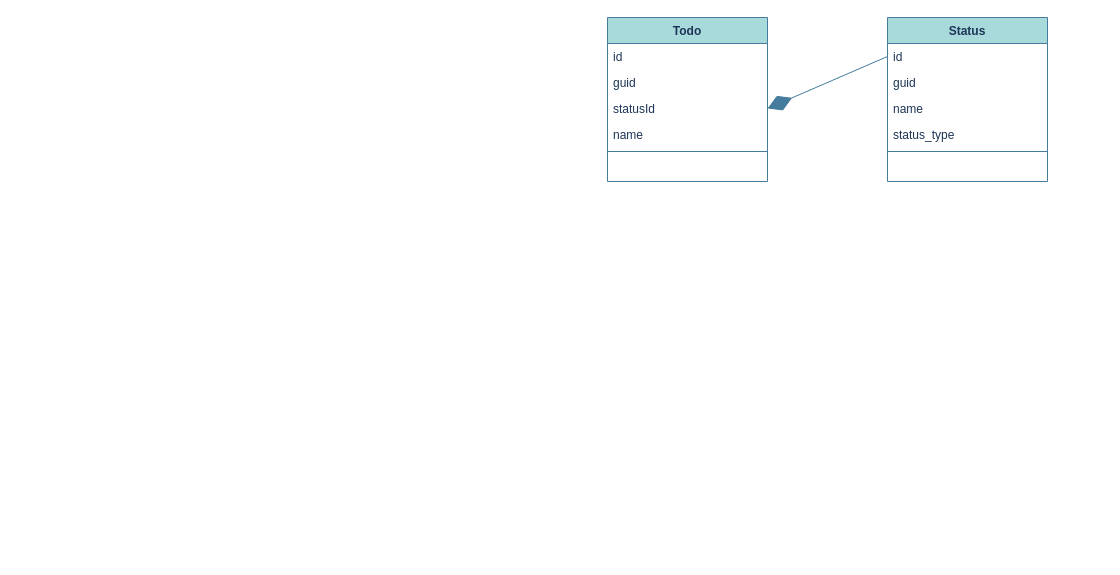
This is src/YatodoModel.drawio from jamesclair/yatodo, a draw.io file, before an edit. Source tidied: cells renumbered, new cells numbered last; positions are measured from the earlier drawing's top-left corner, leaving out a move shared by most shapes. Both pictures are drawn from the tidied source at 100%, with x=0, y=0 at pixel (607, 17).
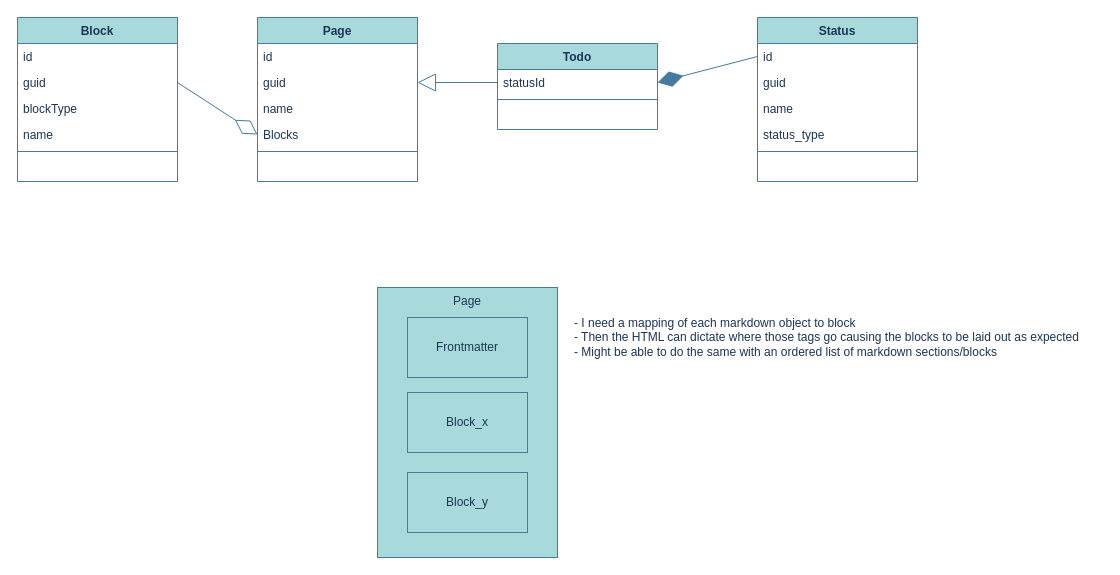
After the change.

The edit, as a diff of the source:
```diff
@@
     <mxCell id="2" value="Todo" style="swimlane;fontStyle=1;align=center;verticalAlign=top;horizontal=1;startSize=26;whiteSpace=wrap;html=1;labelBackgroundColor=none;fillColor=#A8DADC;strokeColor=#457B9D;fontColor=#1D3557;" parent="1" vertex="1">
-      <mxGeometry width="160" height="164" as="geometry" />
+      <mxGeometry x="-110" y="26" width="160" height="86" as="geometry" />
     </mxCell>
-    <mxCell id="3" value="id" style="text;strokeColor=none;fillColor=none;align=left;verticalAlign=top;spacingLeft=4;spacingRight=4;overflow=hidden;whiteSpace=wrap;html=1;labelBackgroundColor=none;fontColor=#1D3557;" parent="2" vertex="1">
-      <mxGeometry y="26" width="160" height="26" as="geometry" />
-    </mxCell>
-    <mxCell id="4" value="guid" style="text;strokeColor=none;fillColor=none;align=left;verticalAlign=top;spacingLeft=4;spacingRight=4;overflow=hidden;whiteSpace=wrap;html=1;labelBackgroundColor=none;fontColor=#1D3557;" parent="2" vertex="1">
-      <mxGeometry y="52" width="160" height="26" as="geometry" />
-    </mxCell>
     <mxCell id="5" value="statusId" style="text;strokeColor=none;fillColor=none;align=left;verticalAlign=top;spacingLeft=4;spacingRight=4;overflow=hidden;points=[[0,0.5],[1,0.5]];portConstraint=eastwest;whiteSpace=wrap;html=1;labelBackgroundColor=none;fontColor=#1D3557;" parent="2" vertex="1">
-      <mxGeometry y="78" width="160" height="26" as="geometry" />
+      <mxGeometry y="26" width="160" height="26" as="geometry" />
     </mxCell>
-    <mxCell id="6" value="name" style="text;strokeColor=none;fillColor=none;align=left;verticalAlign=top;spacingLeft=4;spacingRight=4;overflow=hidden;whiteSpace=wrap;html=1;labelBackgroundColor=none;fontColor=#1D3557;" parent="2" vertex="1">
-      <mxGeometry y="104" width="160" height="26" as="geometry" />
-    </mxCell>
     <mxCell id="7" style="line;strokeWidth=1;fillColor=none;align=left;verticalAlign=middle;spacingTop=-1;spacingLeft=3;spacingRight=3;labelPosition=right;strokeColor=#457B9D;labelBackgroundColor=none;fontColor=#1D3557;" parent="2" vertex="1">
-      <mxGeometry y="130" width="160" height="8" as="geometry" />
+      <mxGeometry y="52" width="160" height="8" as="geometry" />
     </mxCell>
     <mxCell id="8" value="&amp;nbsp;" style="text;strokeColor=none;fillColor=none;align=left;verticalAlign=top;spacingLeft=4;spacingRight=4;overflow=hidden;whiteSpace=wrap;html=1;labelBackgroundColor=none;fontColor=#1D3557;" parent="2" vertex="1">
-      <mxGeometry y="138" width="160" height="26" as="geometry" />
+      <mxGeometry y="60" width="160" height="26" as="geometry" />
     </mxCell>
     <mxCell id="9" value="Status" style="swimlane;fontStyle=1;align=center;verticalAlign=top;horizontal=1;startSize=26;whiteSpace=wrap;html=1;labelBackgroundColor=none;fillColor=#A8DADC;strokeColor=#457B9D;fontColor=#1D3557;" parent="1" vertex="1">
-      <mxGeometry x="280" width="160" height="164" as="geometry" />
+      <mxGeometry x="150" width="160" height="164" as="geometry" />
     </mxCell>
@@
+    <mxCell id="17" value="Page" style="swimlane;fontStyle=1;align=center;verticalAlign=top;horizontal=1;startSize=26;whiteSpace=wrap;html=1;labelBackgroundColor=none;fillColor=#A8DADC;strokeColor=#457B9D;fontColor=#1D3557;" parent="1" vertex="1">
+      <mxGeometry x="-350" width="160" height="164" as="geometry" />
+    </mxCell>
+    <mxCell id="18" value="id" style="text;strokeColor=none;fillColor=none;align=left;verticalAlign=top;spacingLeft=4;spacingRight=4;overflow=hidden;whiteSpace=wrap;html=1;labelBackgroundColor=none;fontColor=#1D3557;" parent="17" vertex="1">
+      <mxGeometry y="26" width="160" height="26" as="geometry" />
+    </mxCell>
+    <mxCell id="19" value="guid" style="text;strokeColor=none;fillColor=none;align=left;verticalAlign=top;spacingLeft=4;spacingRight=4;overflow=hidden;points=[[0,0.5],[1,0.5]];portConstraint=eastwest;whiteSpace=wrap;html=1;labelBackgroundColor=none;fontColor=#1D3557;" parent="17" vertex="1">
+      <mxGeometry y="52" width="160" height="26" as="geometry" />
+    </mxCell>
+    <mxCell id="20" value="name" style="text;strokeColor=none;fillColor=none;align=left;verticalAlign=top;spacingLeft=4;spacingRight=4;overflow=hidden;whiteSpace=wrap;html=1;labelBackgroundColor=none;fontColor=#1D3557;" parent="17" vertex="1">
+      <mxGeometry y="78" width="160" height="26" as="geometry" />
+    </mxCell>
+    <mxCell id="21" value="Blocks" style="text;strokeColor=none;fillColor=none;align=left;verticalAlign=top;spacingLeft=4;spacingRight=4;overflow=hidden;points=[[0,0.5],[1,0.5]];portConstraint=eastwest;whiteSpace=wrap;html=1;labelBackgroundColor=none;fontColor=#1D3557;" parent="17" vertex="1">
+      <mxGeometry y="104" width="160" height="26" as="geometry" />
+    </mxCell>
+    <mxCell id="22" style="line;strokeWidth=1;fillColor=none;align=left;verticalAlign=middle;spacingTop=-1;spacingLeft=3;spacingRight=3;labelPosition=right;strokeColor=#457B9D;labelBackgroundColor=none;fontColor=#1D3557;" parent="17" vertex="1">
+      <mxGeometry y="130" width="160" height="8" as="geometry" />
+    </mxCell>
+    <mxCell id="23" value="&amp;nbsp;" style="text;strokeColor=none;fillColor=none;align=left;verticalAlign=top;spacingLeft=4;spacingRight=4;overflow=hidden;whiteSpace=wrap;html=1;labelBackgroundColor=none;fontColor=#1D3557;" parent="17" vertex="1">
+      <mxGeometry y="138" width="160" height="26" as="geometry" />
+    </mxCell>
+    <mxCell id="24" value="Block" style="swimlane;fontStyle=1;align=center;verticalAlign=top;horizontal=1;startSize=26;whiteSpace=wrap;html=1;labelBackgroundColor=none;fillColor=#A8DADC;strokeColor=#457B9D;fontColor=#1D3557;" parent="1" vertex="1">
+      <mxGeometry x="-590" width="160" height="164" as="geometry" />
+    </mxCell>
+    <mxCell id="25" value="id" style="text;strokeColor=none;fillColor=none;align=left;verticalAlign=top;spacingLeft=4;spacingRight=4;overflow=hidden;whiteSpace=wrap;html=1;labelBackgroundColor=none;fontColor=#1D3557;" parent="24" vertex="1">
+      <mxGeometry y="26" width="160" height="26" as="geometry" />
+    </mxCell>
+    <mxCell id="26" value="guid" style="text;strokeColor=none;fillColor=none;align=left;verticalAlign=top;spacingLeft=4;spacingRight=4;overflow=hidden;points=[[0,0.5],[1,0.5]];portConstraint=eastwest;whiteSpace=wrap;html=1;labelBackgroundColor=none;fontColor=#1D3557;" parent="24" vertex="1">
+      <mxGeometry y="52" width="160" height="26" as="geometry" />
+    </mxCell>
+    <mxCell id="27" value="blockType" style="text;strokeColor=none;fillColor=none;align=left;verticalAlign=top;spacingLeft=4;spacingRight=4;overflow=hidden;whiteSpace=wrap;html=1;labelBackgroundColor=none;fontColor=#1D3557;" parent="24" vertex="1">
+      <mxGeometry y="78" width="160" height="26" as="geometry" />
+    </mxCell>
+    <mxCell id="6" value="name" style="text;strokeColor=none;fillColor=none;align=left;verticalAlign=top;spacingLeft=4;spacingRight=4;overflow=hidden;whiteSpace=wrap;html=1;labelBackgroundColor=none;fontColor=#1D3557;" parent="24" vertex="1">
+      <mxGeometry y="104" width="160" height="26" as="geometry" />
+    </mxCell>
+    <mxCell id="28" style="line;strokeWidth=1;fillColor=none;align=left;verticalAlign=middle;spacingTop=-1;spacingLeft=3;spacingRight=3;labelPosition=right;strokeColor=#457B9D;labelBackgroundColor=none;fontColor=#1D3557;" parent="24" vertex="1">
+      <mxGeometry y="130" width="160" height="8" as="geometry" />
+    </mxCell>
+    <mxCell id="29" value="&amp;nbsp;" style="text;strokeColor=none;fillColor=none;align=left;verticalAlign=top;spacingLeft=4;spacingRight=4;overflow=hidden;whiteSpace=wrap;html=1;labelBackgroundColor=none;fontColor=#1D3557;" parent="24" vertex="1">
+      <mxGeometry y="138" width="160" height="26" as="geometry" />
+    </mxCell>
+    <mxCell id="30" value="- I need a mapping of each markdown object to block&lt;br&gt;- Then the HTML can dictate where those tags go causing the blocks to be laid out as expected&lt;br&gt;- Might be able to do the same with an ordered list of markdown sections/blocks" style="text;html=1;align=left;verticalAlign=middle;strokeColor=none;fillColor=none;fontColor=#1D3557;" parent="1" vertex="1">
+      <mxGeometry x="-35" y="290" width="530" height="60" as="geometry" />
+    </mxCell>
+    <mxCell id="31" style="endArrow=diamondThin;endFill=0;endSize=24;html=1;rounded=0;strokeColor=#457B9D;fontColor=#1D3557;fillColor=#A8DADC;exitX=1;exitY=0.5;exitDx=0;exitDy=0;entryX=0;entryY=0.5;entryDx=0;entryDy=0;" parent="1" edge="1" source="26" target="21">
+      <mxGeometry relative="1" as="geometry" />
+    </mxCell>
+    <mxCell id="32" style="endArrow=block;endSize=16;endFill=0;html=1;rounded=0;strokeColor=#457B9D;fontColor=#1D3557;fillColor=#A8DADC;exitX=0;exitY=0.5;exitDx=0;exitDy=0;entryX=1;entryY=0.5;entryDx=0;entryDy=0;" parent="1" edge="1" source="5" target="19">
+      <mxGeometry relative="1" as="geometry" />
+    </mxCell>
+    <mxCell id="33" style="group;" parent="1" vertex="1">
+      <mxGeometry x="-230" y="270" width="180" height="270" as="geometry" />
+    </mxCell>
+    <mxCell id="34" value="Page" style="rounded=0;whiteSpace=wrap;html=1;strokeColor=#457B9D;fontColor=#1D3557;fillColor=#A8DADC;horizontal=1;verticalAlign=top;" parent="33" vertex="1">
+      <mxGeometry width="180" height="270" as="geometry" />
+    </mxCell>
+    <mxCell id="35" value="Block_y" style="rounded=0;whiteSpace=wrap;html=1;strokeColor=#457B9D;fontColor=#1D3557;fillColor=#A8DADC;" parent="33" vertex="1">
+      <mxGeometry x="30" y="185" width="120" height="60" as="geometry" />
+    </mxCell>
+    <mxCell id="36" value="Block_x" style="rounded=0;whiteSpace=wrap;html=1;strokeColor=#457B9D;fontColor=#1D3557;fillColor=#A8DADC;" parent="33" vertex="1">
+      <mxGeometry x="30" y="105" width="120" height="60" as="geometry" />
+    </mxCell>
+    <mxCell id="37" value="Frontmatter" style="rounded=0;whiteSpace=wrap;html=1;strokeColor=#457B9D;fontColor=#1D3557;fillColor=#A8DADC;" parent="33" vertex="1">
+      <mxGeometry x="30" y="30" width="120" height="60" as="geometry" />
+    </mxCell>
```
